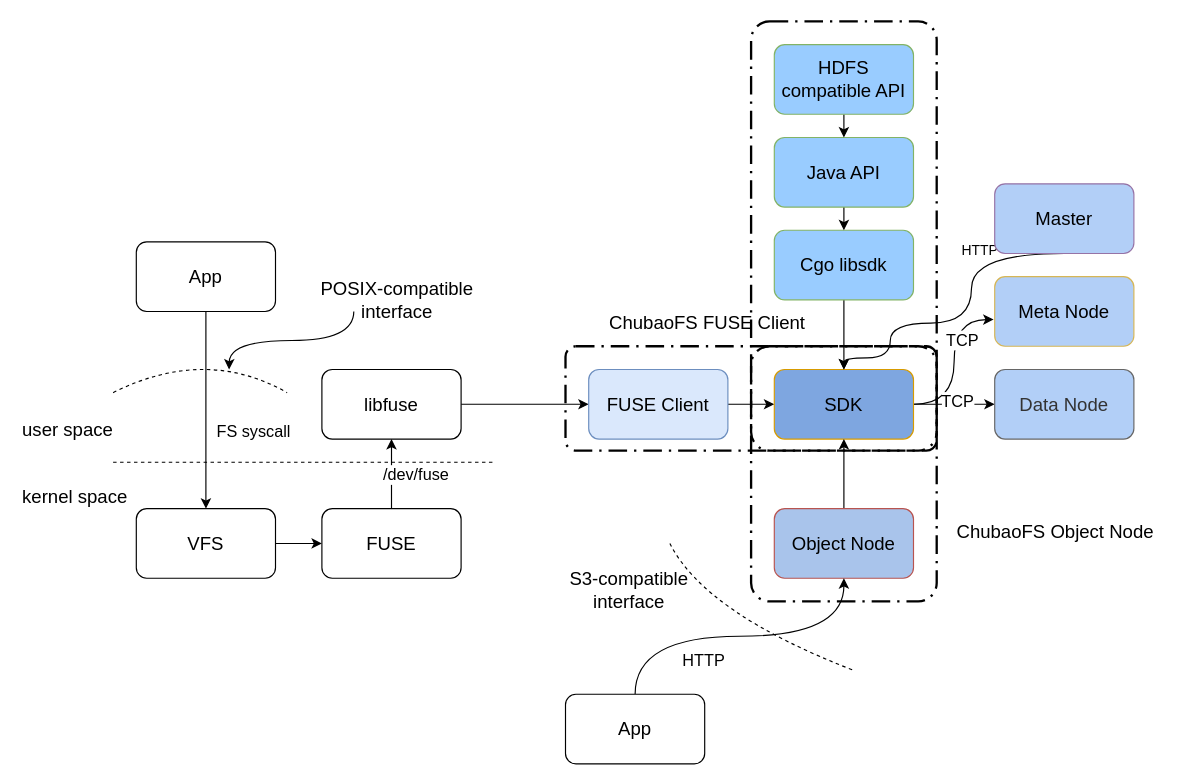
The draw.io diagram chubaofs/src/chubaofs_client_flow.drawio in shuoranliu/drawio, before the edit. Source tidied: cells renumbered, new cells numbered last; positions are measured from the earlier drawing's top-left corner, leaving out a move shared by most shapes. Both pictures are drawn from the tidied source at 116%, with x=0, y=0 at pixel (20, 21).
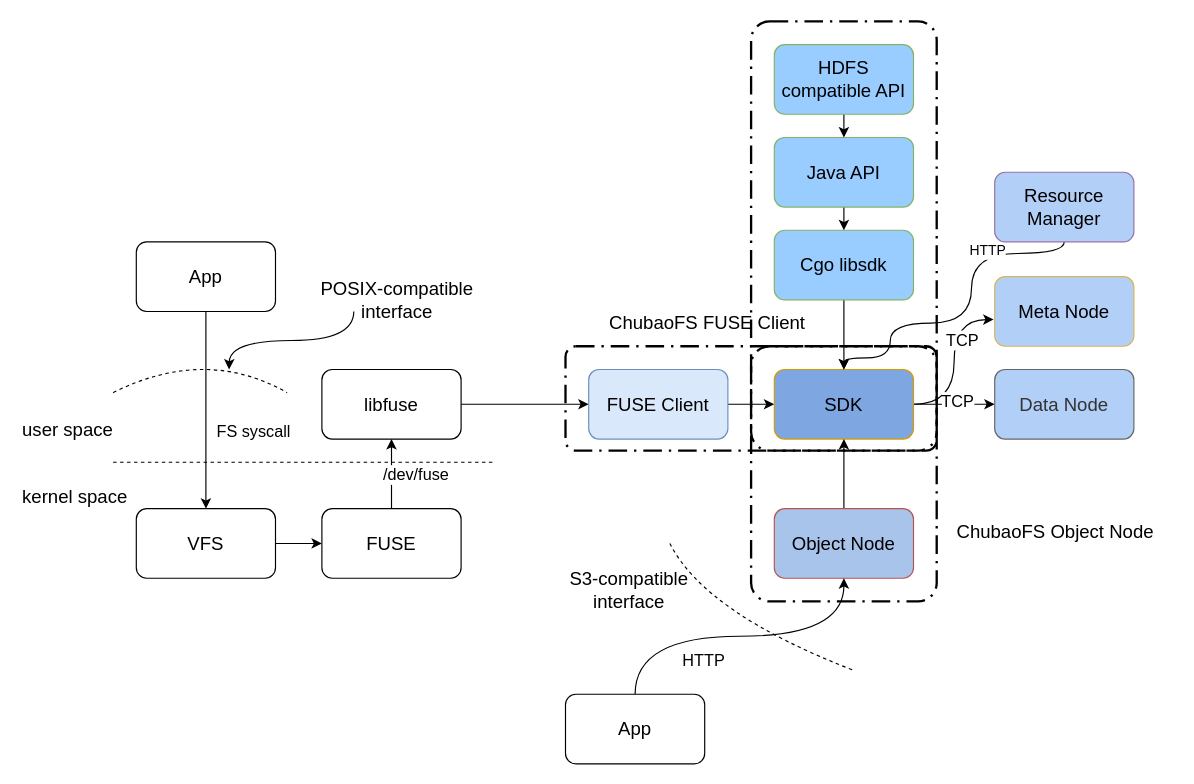
The same page after the edit.

Change to the diagram source:
```diff
@@
-    <mxCell id="29" value="&lt;font style=&quot;font-size: 16px&quot;&gt;Master&lt;br&gt;&lt;/font&gt;" style="rounded=1;whiteSpace=wrap;html=1;fillColor=#B2CFF7;strokeColor=#9673a6;" parent="1" vertex="1">
-      <mxGeometry x="840" y="140" width="120" height="60" as="geometry" />
+    <mxCell id="29" value="&lt;font style=&quot;font-size: 16px&quot;&gt;Resource Manager&lt;br&gt;&lt;/font&gt;" style="rounded=1;whiteSpace=wrap;html=1;fillColor=#B2CFF7;strokeColor=#9673a6;" parent="1" vertex="1">
+      <mxGeometry x="840" y="130" width="120" height="60" as="geometry" />
     </mxCell>
```
